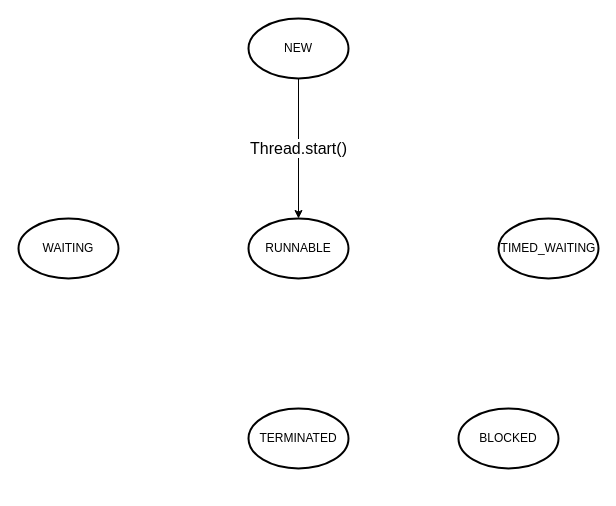
This is 51cto_jcp.drawio from bluefantasy2014/draw.io, a draw.io file, before an edit. Source tidied: cells renumbered, new cells numbered last; positions are measured from the earlier drawing's top-left corner, leaving out a move shared by most shapes. Both pictures are drawn from the tidied source at 100%, with x=0, y=0 at pixel (18, 18).
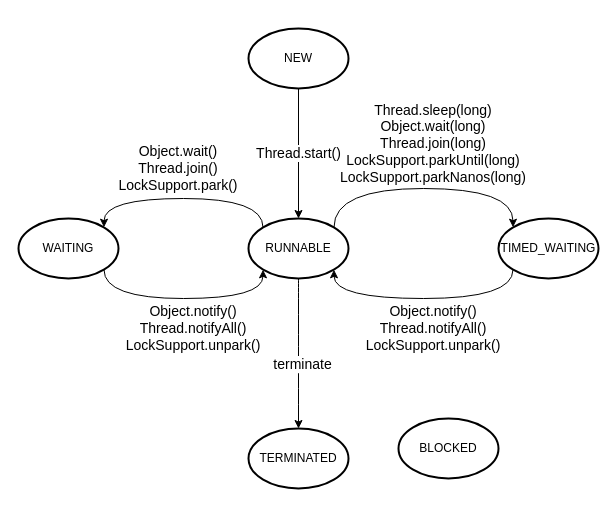
Above is the later version.

The change refers to these unchanged cells:
```xml
<mxCell id="2" value="WAITING" style="strokeWidth=2;html=1;shape=mxgraph.flowchart.start_1;whiteSpace=wrap;" parent="1" vertex="1">
  <mxGeometry y="200" width="100" height="60" as="geometry" />
</mxCell>
<mxCell id="5" value="RUNNABLE" style="strokeWidth=2;html=1;shape=mxgraph.flowchart.start_1;whiteSpace=wrap;" parent="1" vertex="1">
  <mxGeometry x="230" y="200" width="100" height="60" as="geometry" />
</mxCell>
<mxCell id="6" value="TIMED_WAITING" style="strokeWidth=2;html=1;shape=mxgraph.flowchart.start_1;whiteSpace=wrap;" parent="1" vertex="1">
  <mxGeometry x="480" y="200" width="100" height="60" as="geometry" />
</mxCell>
```

The edit, as a diff of the source:
```diff
@@
+    <mxCell id="9" style="edgeStyle=orthogonalEdgeStyle;curved=1;jettySize=auto;html=1;exitX=0.855;exitY=0.855;exitDx=0;exitDy=0;exitPerimeter=0;entryX=0.145;entryY=0.855;entryDx=0;entryDy=0;entryPerimeter=0;fontSize=16;" parent="1" edge="1" source="2" target="5">
+      <mxGeometry relative="1" as="geometry">
+        <Array as="points">
+          <mxPoint x="86" y="280" />
+          <mxPoint x="245" y="280" />
+        </Array>
+      </mxGeometry>
+    </mxCell>
@@
-    <mxCell id="3" value="Thread.start()" style="edgeStyle=orthogonalEdgeStyle;rounded=0;jettySize=auto;html=1;exitX=0.5;exitY=1;exitDx=0;exitDy=0;exitPerimeter=0;entryX=0.5;entryY=0;entryDx=0;entryDy=0;entryPerimeter=0;fontSize=16;" parent="1" edge="1" source="4" target="5">
+    <mxCell id="3" value="Thread.start()" style="edgeStyle=orthogonalEdgeStyle;rounded=0;jettySize=auto;html=1;exitX=0.5;exitY=1;exitDx=0;exitDy=0;exitPerimeter=0;entryX=0.5;entryY=0;entryDx=0;entryDy=0;entryPerimeter=0;fontSize=14;" parent="1" edge="1" source="4" target="5">
       <mxGeometry relative="1" as="geometry" />
     </mxCell>
     <mxCell id="4" value="NEW" style="strokeWidth=2;html=1;shape=mxgraph.flowchart.start_1;whiteSpace=wrap;" parent="1" vertex="1">
-      <mxGeometry x="230" width="100" height="60" as="geometry" />
+      <mxGeometry x="230" y="10" width="100" height="60" as="geometry" />
     </mxCell>
+    <mxCell id="10" style="edgeStyle=orthogonalEdgeStyle;jettySize=auto;html=1;exitX=0.145;exitY=0.145;exitDx=0;exitDy=0;exitPerimeter=0;entryX=0.855;entryY=0.145;entryDx=0;entryDy=0;entryPerimeter=0;fontSize=16;curved=1;" parent="1" edge="1" source="5" target="2">
+      <mxGeometry relative="1" as="geometry">
+        <Array as="points">
+          <mxPoint x="245" y="180" />
+          <mxPoint x="86" y="180" />
+        </Array>
+      </mxGeometry>
+    </mxCell>
+    <mxCell id="11" style="edgeStyle=orthogonalEdgeStyle;curved=1;jettySize=auto;html=1;exitX=0.855;exitY=0.145;exitDx=0;exitDy=0;exitPerimeter=0;entryX=0.145;entryY=0.145;entryDx=0;entryDy=0;entryPerimeter=0;fontSize=14;" parent="1" edge="1" source="5" target="6">
+      <mxGeometry relative="1" as="geometry">
+        <Array as="points">
+          <mxPoint x="316" y="170" />
+          <mxPoint x="495" y="170" />
+        </Array>
+      </mxGeometry>
+    </mxCell>
+    <mxCell id="12" style="edgeStyle=orthogonalEdgeStyle;curved=1;jettySize=auto;html=1;exitX=0.5;exitY=1;exitDx=0;exitDy=0;exitPerimeter=0;entryX=0.5;entryY=0;entryDx=0;entryDy=0;entryPerimeter=0;fontSize=14;" parent="1" edge="1" source="5" target="7">
+      <mxGeometry relative="1" as="geometry" />
+    </mxCell>
+    <mxCell id="13" value="terminate" style="text;html=1;align=center;verticalAlign=middle;labelBackgroundColor=#ffffff;fontSize=14;" parent="12" vertex="1">
+      <mxGeometry x="0.13" y="3" relative="1" as="geometry" />
+    </mxCell>
@@
+    <mxCell id="14" style="edgeStyle=orthogonalEdgeStyle;curved=1;jettySize=auto;html=1;exitX=0.145;exitY=0.855;exitDx=0;exitDy=0;exitPerimeter=0;entryX=0.855;entryY=0.855;entryDx=0;entryDy=0;entryPerimeter=0;fontSize=14;" parent="1" edge="1" source="6" target="5">
+      <mxGeometry relative="1" as="geometry">
+        <Array as="points">
+          <mxPoint x="495" y="280" />
+          <mxPoint x="316" y="280" />
+        </Array>
+      </mxGeometry>
+    </mxCell>
@@
     <mxCell id="7" value="TERMINATED" style="strokeWidth=2;html=1;shape=mxgraph.flowchart.start_1;whiteSpace=wrap;" parent="1" vertex="1">
-      <mxGeometry x="230" y="390" width="100" height="60" as="geometry" />
+      <mxGeometry x="230" y="410" width="100" height="60" as="geometry" />
     </mxCell>
     <mxCell id="8" value="BLOCKED" style="strokeWidth=2;html=1;shape=mxgraph.flowchart.start_1;whiteSpace=wrap;" parent="1" vertex="1">
-      <mxGeometry x="440" y="390" width="100" height="60" as="geometry" />
+      <mxGeometry x="380" y="400" width="100" height="60" as="geometry" />
     </mxCell>
+    <mxCell id="15" value="Object.wait()&lt;br&gt;Thread.join()&lt;br&gt;LockSupport.park()&lt;br&gt;" style="text;html=1;strokeColor=none;fillColor=none;align=center;verticalAlign=middle;whiteSpace=wrap;rounded=0;fontSize=14;" parent="1" vertex="1">
+      <mxGeometry x="120" y="120" width="80" height="60" as="geometry" />
+    </mxCell>
+    <mxCell id="16" value="Object.notify()&lt;br&gt;Thread.notifyAll()&lt;br&gt;LockSupport.unpark()&lt;br&gt;" style="text;html=1;strokeColor=none;fillColor=none;align=center;verticalAlign=middle;whiteSpace=wrap;rounded=0;fontSize=14;" parent="1" vertex="1">
+      <mxGeometry x="110" y="280" width="130" height="60" as="geometry" />
+    </mxCell>
+    <mxCell id="17" value="Thread.sleep(long)&lt;br&gt;Object.wait(long)&lt;br&gt;Thread.join(long)&lt;br&gt;LockSupport.parkUntil(long)&lt;br&gt;LockSupport.parkNanos(long)&lt;br&gt;" style="text;html=1;strokeColor=none;fillColor=none;align=center;verticalAlign=middle;whiteSpace=wrap;rounded=0;fontSize=14;" parent="1" vertex="1">
+      <mxGeometry x="360" y="80" width="110" height="90" as="geometry" />
+    </mxCell>
+    <mxCell id="18" value="Object.notify()&lt;br&gt;Thread.notifyAll()&lt;br&gt;LockSupport.unpark()&lt;br&gt;" style="text;html=1;strokeColor=none;fillColor=none;align=center;verticalAlign=middle;whiteSpace=wrap;rounded=0;fontSize=14;" parent="1" vertex="1">
+      <mxGeometry x="350" y="280" width="130" height="60" as="geometry" />
+    </mxCell>
```
